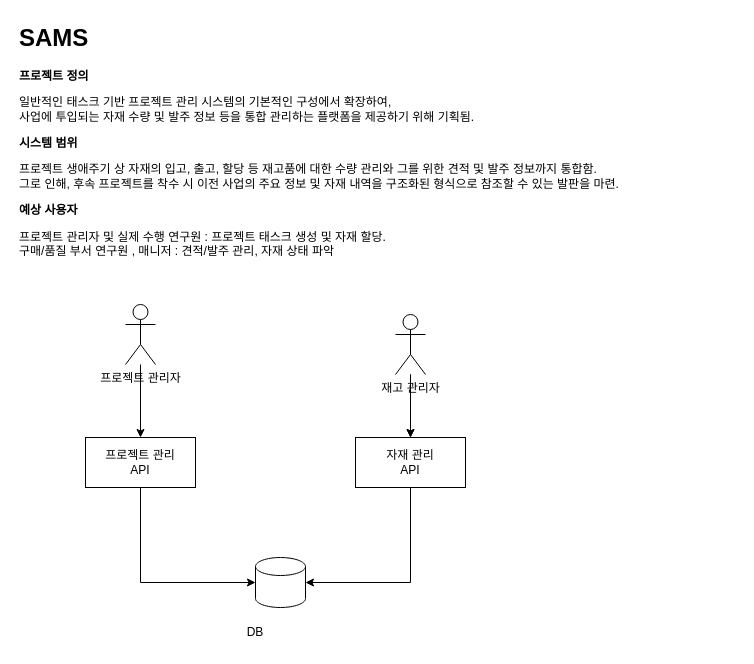
The draw.io diagram page "Context diagram" (1 of 5) of SAMS(PMS).drawio in OhcandO/SoletTop_EOS-FES, before the edit. Source tidied: cells renumbered, new cells numbered last; positions are measured from the earlier drawing's top-left corner, leaving out a move shared by most shapes. Both pictures are drawn from the tidied source at 100%, with x=0, y=0 at pixel (17, 17).
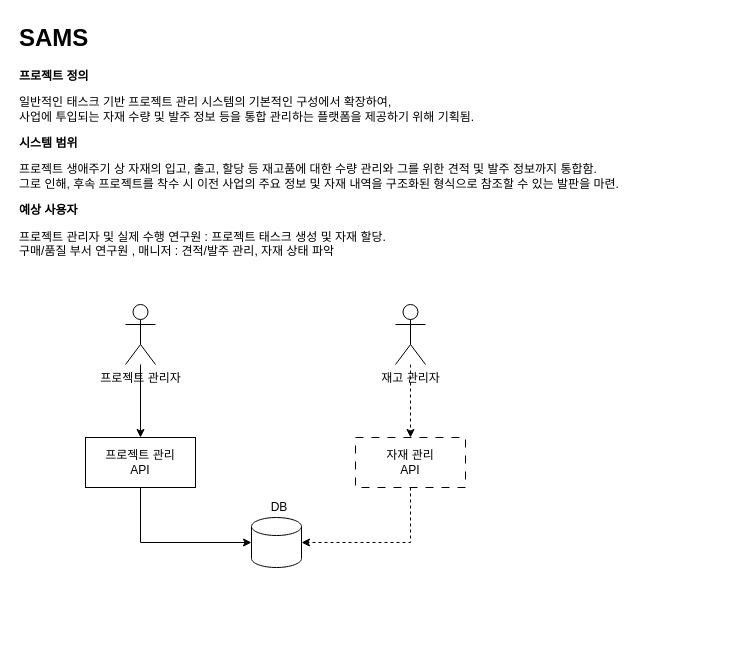
The same page after the edit.

What changed in the source:
```diff
@@
 <mxGraphModel>
   <root>
     <mxCell id="0" />
     <mxCell id="1" parent="0" />
     <mxCell id="2" value="프로젝트 관리&lt;br&gt;&lt;div&gt;API&lt;/div&gt;" style="html=1;whiteSpace=wrap;" parent="1" vertex="1">
       <mxGeometry x="68" y="420" width="110" height="50" as="geometry" />
     </mxCell>
-    <mxCell id="3" value="자재 관리&lt;br&gt;&lt;div&gt;API&lt;/div&gt;" style="html=1;whiteSpace=wrap;" parent="1" vertex="1">
+    <mxCell id="3" value="자재 관리&lt;br&gt;&lt;div&gt;API&lt;/div&gt;" style="html=1;whiteSpace=wrap;dashed=1;dashPattern=8 8;" parent="1" vertex="1">
       <mxGeometry x="338" y="420" width="110" height="50" as="geometry" />
     </mxCell>
     <mxCell id="4" style="shape=cylinder3;whiteSpace=wrap;html=1;boundedLbl=1;backgroundOutline=1;size=9;" parent="1" vertex="1">
-      <mxGeometry x="238" y="540" width="50" height="50" as="geometry" />
+      <mxGeometry x="234" y="500" width="50" height="50" as="geometry" />
     </mxCell>
     <mxCell id="5" style="edgeStyle=orthogonalEdgeStyle;rounded=0;jettySize=auto;html=1;entryX=0.5;entryY=0;entryDx=0;entryDy=0;" parent="1" edge="1" source="6" target="2">
       <mxGeometry relative="1" as="geometry" />
     </mxCell>
     <mxCell id="6" value="프로젝트 관리자" style="shape=umlActor;verticalLabelPosition=bottom;verticalAlign=top;html=1;outlineConnect=0;" parent="1" vertex="1">
       <mxGeometry x="108" y="287" width="30" height="60" as="geometry" />
     </mxCell>
-    <mxCell id="7" style="edgeStyle=orthogonalEdgeStyle;rounded=0;jettySize=auto;html=1;" parent="1" edge="1" source="9" target="3">
-      <mxGeometry relative="1" as="geometry" />
-    </mxCell>
-    <mxCell id="8" style="edgeStyle=orthogonalEdgeStyle;rounded=0;jettySize=auto;html=1;" parent="1" edge="1" source="9" target="3">
-      <mxGeometry relative="1" as="geometry" />
+    <mxCell id="8" style="edgeStyle=orthogonalEdgeStyle;rounded=0;jettySize=auto;html=1;dashed=1;strokeWidth=1;" parent="1" edge="1" source="9" target="3">
+      <mxGeometry relative="1" as="geometry">
+        <Array as="points">
+          <mxPoint x="393" y="348" />
+        </Array>
+      </mxGeometry>
     </mxCell>
     <mxCell id="9" value="재고 관리자" style="shape=umlActor;verticalLabelPosition=bottom;verticalAlign=top;html=1;outlineConnect=0;" parent="1" vertex="1">
-      <mxGeometry x="378" y="297" width="30" height="60" as="geometry" />
+      <mxGeometry x="378" y="287" width="30" height="60" as="geometry" />
     </mxCell>
     <mxCell id="10" style="edgeStyle=orthogonalEdgeStyle;rounded=0;jettySize=auto;html=1;exitX=0.5;exitY=1;exitDx=0;exitDy=0;entryX=0;entryY=0.5;entryDx=0;entryDy=0;entryPerimeter=0;" parent="1" edge="1" source="2" target="4">
       <mxGeometry relative="1" as="geometry" />
     </mxCell>
-    <mxCell id="11" style="edgeStyle=orthogonalEdgeStyle;rounded=0;jettySize=auto;html=1;exitX=0.5;exitY=1;exitDx=0;exitDy=0;entryX=1;entryY=0.5;entryDx=0;entryDy=0;entryPerimeter=0;" parent="1" edge="1" source="3" target="4">
+    <mxCell id="11" style="edgeStyle=orthogonalEdgeStyle;rounded=0;jettySize=auto;html=1;exitX=0.5;exitY=1;exitDx=0;exitDy=0;entryX=1;entryY=0.5;entryDx=0;entryDy=0;entryPerimeter=0;dashed=1;" parent="1" edge="1" source="3" target="4">
       <mxGeometry relative="1" as="geometry" />
     </mxCell>
     <mxCell id="12" value="DB" style="text;html=1;whiteSpace=wrap;strokeColor=none;fillColor=none;align=center;verticalAlign=middle;rounded=0;" parent="1" vertex="1">
-      <mxGeometry x="208" y="600" width="60" height="30" as="geometry" />
+      <mxGeometry x="232" y="475" width="60" height="30" as="geometry" />
     </mxCell>
     <mxCell id="13" value="&lt;h1 style=&quot;margin-top: 0px;&quot;&gt;SAMS&lt;/h1&gt;&lt;p&gt;&lt;b&gt;프로젝트 정의&lt;/b&gt;&lt;/p&gt;&lt;p&gt;일반적인 태스크 기반 프로젝트 관리 시스템의 기본적인 구성에서 확장하여, &lt;br&gt;사업에 투입되는 자재 수량 및 발주 정보 등을 통합 관리하는 플랫폼을 제공하기 위해 기획됨.&amp;nbsp;&lt;/p&gt;&lt;p&gt;&lt;b&gt;시스템 범위&lt;/b&gt;&lt;/p&gt;&lt;p&gt;프로젝트 생애주기 상 자재의 입고, 출고, 할당 등 재고품에 대한 수량 관리와 그를 위한 견적 및 발주 정보까지 통합함. &lt;br&gt;그로 인해, 후속 프로젝트를 착수 시 이전 사업의 주요 정보 및 자재 내역을 구조화된 형식으로 참조할 수 있는 발판을 마련.&lt;/p&gt;&lt;p&gt;&lt;b&gt;예상 사용자&lt;/b&gt;&lt;/p&gt;&lt;p&gt;프로젝트 관리자 및 실제 수행 연구원 : 프로젝트 태스크 생성 및 자재 할당. &lt;br&gt;구매/품질 부서 연구원 , 매니저 : 견적/발주 관리, 자재 상태 파악&amp;nbsp;&lt;/p&gt;" style="text;html=1;whiteSpace=wrap;overflow=hidden;rounded=0;" parent="1" vertex="1">
       <mxGeometry width="720" height="250" as="geometry" />
     </mxCell>
   </root>
 </mxGraphModel>
```
